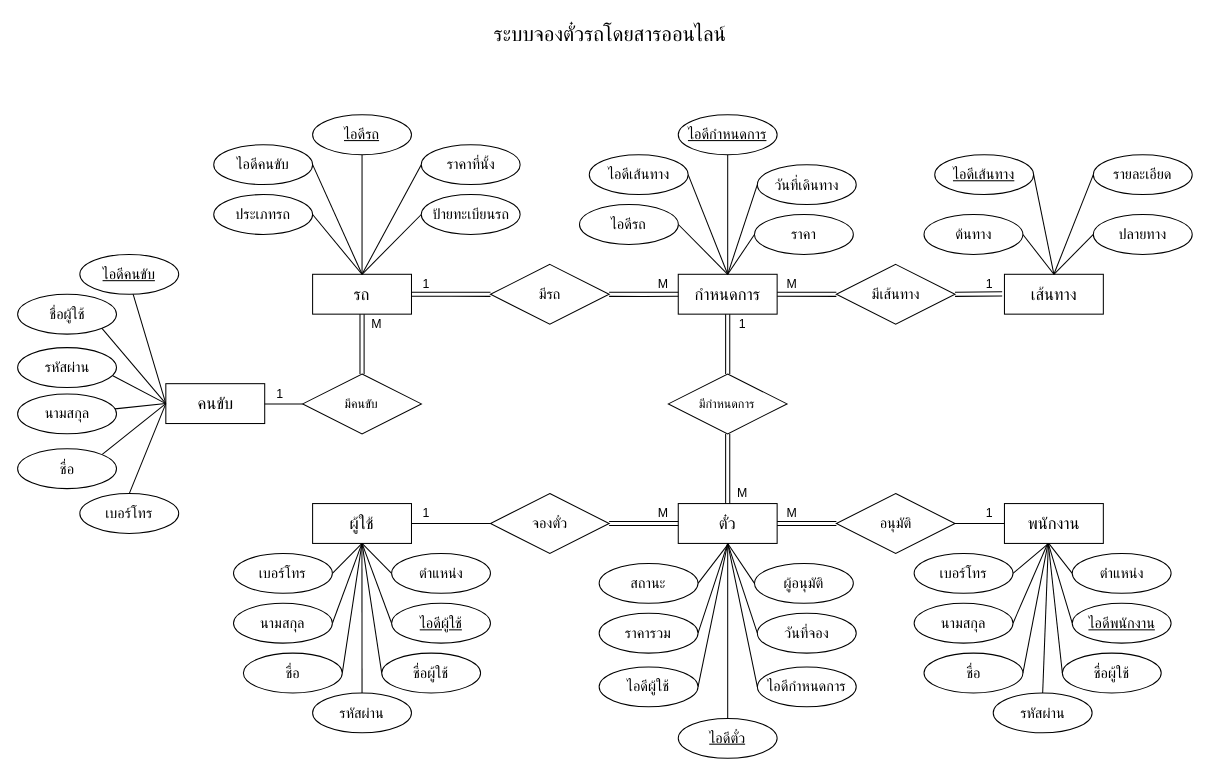
Earlier version of the draw.io diagram Database.drawio (NopXx/bus_ticket). Source tidied: cells renumbered, new cells numbered last; positions are measured from the earlier drawing's top-left corner, leaving out a move shared by most shapes. Both pictures are drawn from the tidied source at 103%, with x=0, y=0 at pixel (18, 18).
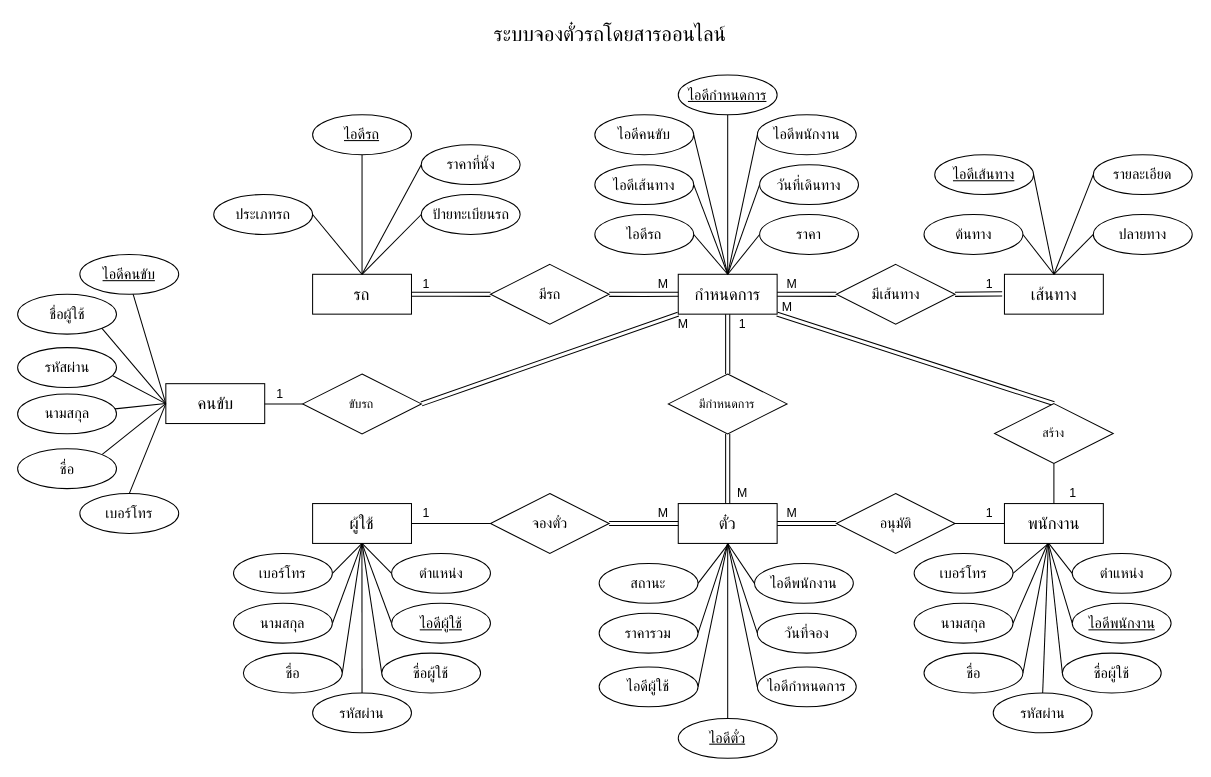
Above is the later version.

Unchanged cells that the change refers to:
```xml
<mxCell id="19" value="รถ" style="whiteSpace=wrap;html=1;align=center;fontSize=16;" parent="1" vertex="1">
  <mxGeometry x="286" y="248.8" width="96" height="38.7" as="geometry" />
</mxCell>
<mxCell id="32" value="กำหนดการ" style="whiteSpace=wrap;html=1;align=center;fontSize=16;" parent="1" vertex="1">
  <mxGeometry x="641" y="248.8" width="96" height="38.7" as="geometry" />
</mxCell>
<mxCell id="83" value="พนักงาน" style="whiteSpace=wrap;html=1;align=center;fontSize=16;labelPosition=center;verticalLabelPosition=middle;verticalAlign=middle;" parent="1" vertex="1">
  <mxGeometry x="957.7" y="471.4" width="96" height="38.7" as="geometry" />
</mxCell>
```

Diff of the diagram source:
```diff
@@
-    <mxCell id="24" style="rounded=0;jettySize=auto;html=1;exitX=1;exitY=0.5;exitDx=0;exitDy=0;entryX=0.5;entryY=0;entryDx=0;entryDy=0;endArrow=none;endFill=0;" parent="1" edge="1" source="25" target="19">
+    <mxCell id="24" style="rounded=0;jettySize=auto;html=1;exitX=1;exitY=0.5;exitDx=0;exitDy=0;entryX=0.5;entryY=0;entryDx=0;entryDy=0;endArrow=none;endFill=0;" parent="1" edge="1" source="25" target="32">
       <mxGeometry relative="1" as="geometry" />
     </mxCell>
     <mxCell id="25" value="ไอดีคนขับ" style="ellipse;whiteSpace=wrap;html=1;align=center;fontStyle=0;fontSize=14;labelPosition=center;verticalLabelPosition=middle;verticalAlign=middle;" parent="1" vertex="1">
-      <mxGeometry x="190" y="123" width="96" height="38.7" as="geometry" />
+      <mxGeometry x="560" y="94" width="96" height="38.7" as="geometry" />
     </mxCell>
@@
-    <mxCell id="30" value="มีคนขับ" style="shape=rhombus;perimeter=rhombusPerimeter;whiteSpace=wrap;html=1;align=center;" parent="1" vertex="1">
+    <mxCell id="30" value="ขับรถ" style="shape=rhombus;perimeter=rhombusPerimeter;whiteSpace=wrap;html=1;align=center;" parent="1" vertex="1">
       <mxGeometry x="276.4" y="345.6" width="115.2" height="58.1" as="geometry" />
     </mxCell>
-    <mxCell id="31" style="edgeStyle=orthogonalEdgeStyle;rounded=0;jettySize=auto;html=1;exitX=0.5;exitY=1;exitDx=0;exitDy=0;entryX=0.5;entryY=0;entryDx=0;entryDy=0;endArrow=none;endFill=0;shape=link;" parent="1" edge="1" source="19" target="30">
+    <mxCell id="31" style="rounded=0;jettySize=auto;html=1;exitX=0;exitY=1;exitDx=0;exitDy=0;entryX=1;entryY=0.5;entryDx=0;entryDy=0;endArrow=none;endFill=0;shape=link;" parent="1" edge="1" source="32" target="30">
       <mxGeometry relative="1" as="geometry" />
     </mxCell>
@@
     <mxCell id="34" value="ไอดีเส้นทาง" style="ellipse;whiteSpace=wrap;html=1;align=center;fontSize=14;" parent="1" vertex="1">
-      <mxGeometry x="554.6" y="132.7" width="96" height="38.7" as="geometry" />
+      <mxGeometry x="560" y="142.4" width="96" height="38.7" as="geometry" />
     </mxCell>
@@
     <mxCell id="36" value="ไอดีกำหนดการ" style="ellipse;whiteSpace=wrap;html=1;align=center;fontStyle=4;fontSize=14;" parent="1" vertex="1">
-      <mxGeometry x="641" y="94" width="96" height="38.7" as="geometry" />
+      <mxGeometry x="641" y="55.3" width="96" height="38.7" as="geometry" />
     </mxCell>
@@
     <mxCell id="38" value="วันที่เดินทาง" style="ellipse;whiteSpace=wrap;html=1;align=center;fontSize=14;" parent="1" vertex="1">
-      <mxGeometry x="717.8" y="142.4" width="96" height="38.7" as="geometry" />
+      <mxGeometry x="720" y="142.4" width="96" height="38.7" as="geometry" />
     </mxCell>
@@
     <mxCell id="40" value="ไอดีรถ" style="ellipse;whiteSpace=wrap;html=1;align=center;fontStyle=0;fontSize=14;" parent="1" vertex="1">
-      <mxGeometry x="545.1" y="181.1" width="96" height="38.7" as="geometry" />
+      <mxGeometry x="560" y="190.8" width="96" height="38.7" as="geometry" />
     </mxCell>
@@
     <mxCell id="48" value="ราคา" style="ellipse;whiteSpace=wrap;html=1;align=center;fontSize=14;" parent="1" vertex="1">
-      <mxGeometry x="715" y="190.8" width="96" height="38.7" as="geometry" />
+      <mxGeometry x="720" y="190.8" width="96" height="38.7" as="geometry" />
     </mxCell>
@@
-    <mxCell id="79" value="M" style="text;strokeColor=none;align=center;fillColor=none;html=1;verticalAlign=middle;whiteSpace=wrap;rounded=0;" parent="1" vertex="1">
-      <mxGeometry x="333.9" y="287.5" width="28.8" height="19.4" as="geometry" />
-    </mxCell>
@@
-    <mxCell id="119" value="ผู้อนุมัติ" style="ellipse;whiteSpace=wrap;html=1;align=center;fontSize=14;" parent="1" vertex="1">
+    <mxCell id="119" value="ไอดีพนักงาน" style="ellipse;whiteSpace=wrap;html=1;align=center;fontSize=14;" parent="1" vertex="1">
       <mxGeometry x="715" y="529.5" width="96" height="38.7" as="geometry" />
     </mxCell>
@@
+    <mxCell id="122" style="rounded=0;jettySize=auto;html=1;entryX=0.5;entryY=0;entryDx=0;entryDy=0;endArrow=none;endFill=0;exitX=0.5;exitY=1;exitDx=0;exitDy=0;" parent="1" edge="1" source="124" target="83">
+      <mxGeometry relative="1" as="geometry" />
+    </mxCell>
+    <mxCell id="123" style="rounded=0;jettySize=auto;html=1;entryX=1;entryY=1;entryDx=0;entryDy=0;exitX=0.5;exitY=0;exitDx=0;exitDy=0;endArrow=none;endFill=0;shape=link;" parent="1" edge="1" source="124" target="32">
+      <mxGeometry relative="1" as="geometry" />
+    </mxCell>
+    <mxCell id="124" value="สร้าง" style="shape=rhombus;perimeter=rhombusPerimeter;whiteSpace=wrap;html=1;align=center;" parent="1" vertex="1">
+      <mxGeometry x="948.1" y="374.4" width="115.2" height="58.1" as="geometry" />
+    </mxCell>
+    <mxCell id="125" style="rounded=0;jettySize=auto;html=1;entryX=0.5;entryY=0;entryDx=0;entryDy=0;endArrow=none;endFill=0;exitX=0;exitY=0.5;exitDx=0;exitDy=0;" parent="1" edge="1" source="126" target="32">
+      <mxGeometry relative="1" as="geometry" />
+    </mxCell>
+    <mxCell id="126" value="ไอดีพนักงาน" style="ellipse;whiteSpace=wrap;html=1;align=center;fontStyle=0;fontSize=14;labelPosition=center;verticalLabelPosition=middle;verticalAlign=middle;" parent="1" vertex="1">
+      <mxGeometry x="717.8" y="94" width="96" height="38.7" as="geometry" />
+    </mxCell>
+    <mxCell id="127" value="1" style="text;strokeColor=none;align=center;fillColor=none;html=1;verticalAlign=middle;whiteSpace=wrap;rounded=0;" parent="1" vertex="1">
+      <mxGeometry x="1010" y="452.1" width="28.8" height="19.4" as="geometry" />
+    </mxCell>
+    <mxCell id="128" value="M" style="text;strokeColor=none;align=center;fillColor=none;html=1;verticalAlign=middle;whiteSpace=wrap;rounded=0;" parent="1" vertex="1">
+      <mxGeometry x="737" y="274.8" width="20" height="12.8" as="geometry" />
+    </mxCell>
+    <mxCell id="129" value="M" style="text;strokeColor=none;align=center;fillColor=none;html=1;verticalAlign=middle;whiteSpace=wrap;rounded=0;" parent="1" vertex="1">
+      <mxGeometry x="636" y="290.8" width="20" height="12.8" as="geometry" />
+    </mxCell>
```
